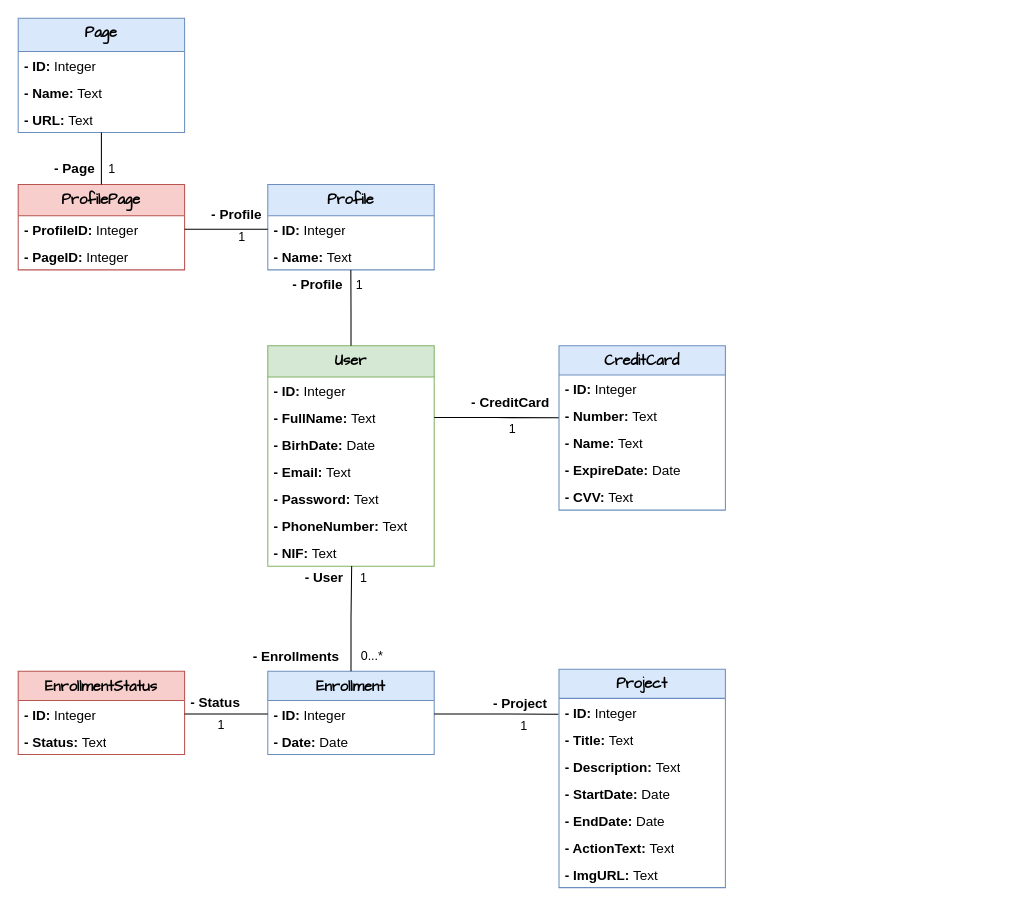
Earlier version of the draw.io diagram models/data-models.drawio (Joaquim-Claudio/CVP360). Source tidied: cells renumbered, new cells numbered last; positions are measured from the earlier drawing's top-left corner, leaving out a move shared by most shapes. Both pictures are drawn from the tidied source at 104%, with x=0, y=0 at pixel (18, 18).
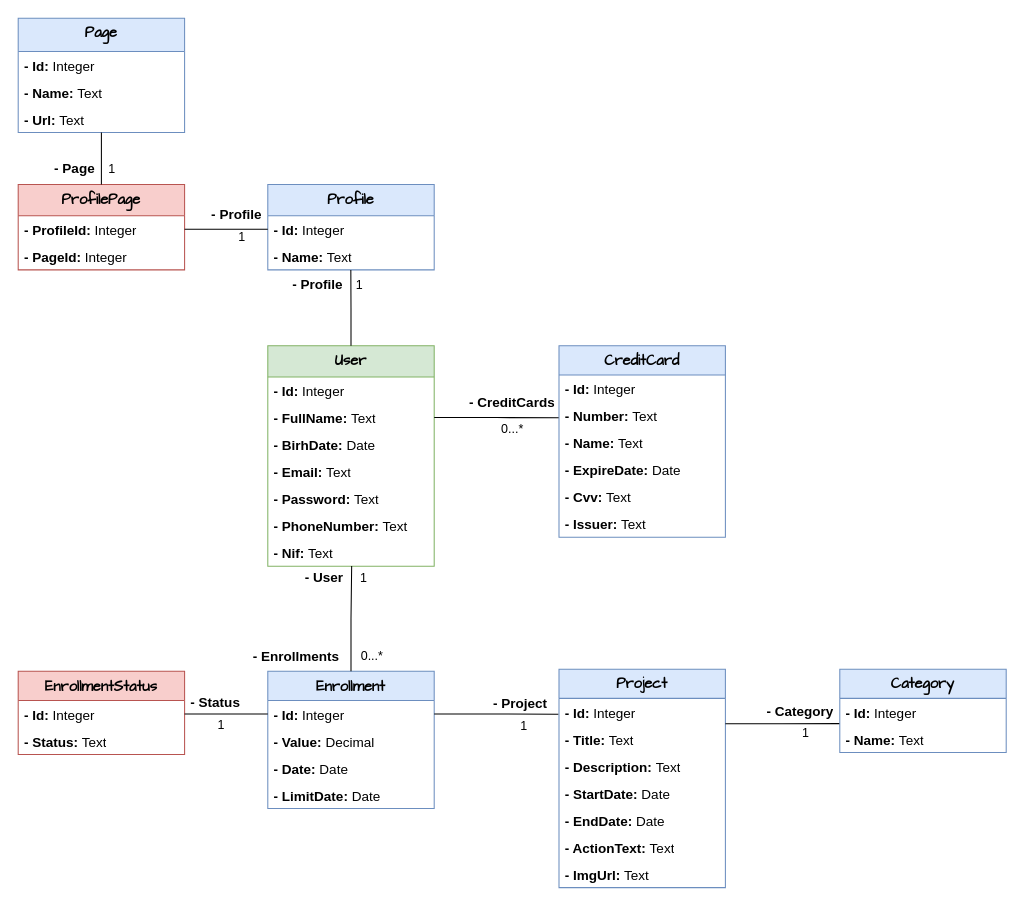
After the change.

The change refers to these unchanged cells:
```xml
<mxCell id="2" value="&lt;font style=&quot;font-size: 14px;&quot;&gt;User&lt;/font&gt;" style="swimlane;fontStyle=1;align=center;verticalAlign=top;horizontal=1;startSize=30;whiteSpace=wrap;html=1;fontFamily=Comic Sans MS;fontSize=13;fillColor=#d5e8d4;strokeColor=#82b366;" parent="1" vertex="1">
  <mxGeometry x="240" y="315" width="160" height="212" as="geometry" />
</mxCell>
<mxCell id="10" value="&lt;font style=&quot;font-size: 14px;&quot;&gt;Profile&lt;/font&gt;" style="swimlane;fontStyle=1;align=center;verticalAlign=top;horizontal=1;startSize=30;whiteSpace=wrap;html=1;fontFamily=Comic Sans MS;fontSize=13;fillColor=#dae8fc;strokeColor=#6c8ebf;" parent="1" vertex="1">
  <mxGeometry x="240" y="160" width="160" height="82" as="geometry" />
</mxCell>
<mxCell id="13" value="&lt;font style=&quot;font-size: 14px;&quot;&gt;Page&lt;/font&gt;" style="swimlane;fontStyle=1;align=center;verticalAlign=top;horizontal=1;startSize=32;whiteSpace=wrap;html=1;fontFamily=Comic Sans MS;fontSize=13;fillColor=#dae8fc;strokeColor=#6c8ebf;" parent="1" vertex="1">
  <mxGeometry width="160" height="110" as="geometry" />
</mxCell>
<mxCell id="17" value="&lt;font style=&quot;font-size: 14px;&quot;&gt;ProfilePage&lt;/font&gt;" style="swimlane;fontStyle=1;align=center;verticalAlign=top;horizontal=1;startSize=30;whiteSpace=wrap;html=1;fontFamily=Comic Sans MS;fontSize=13;fillColor=#f8cecc;strokeColor=#b85450;" parent="1" vertex="1">
  <mxGeometry y="160" width="160" height="82" as="geometry" />
</mxCell>
<mxCell id="26" value="&lt;font style=&quot;font-size: 14px;&quot;&gt;Project&lt;/font&gt;" style="swimlane;fontStyle=1;align=center;verticalAlign=top;horizontal=1;startSize=28;whiteSpace=wrap;html=1;fontFamily=Comic Sans MS;fontSize=13;fillColor=#dae8fc;strokeColor=#6c8ebf;" parent="1" vertex="1">
  <mxGeometry x="520" y="626" width="160" height="210" as="geometry" />
</mxCell>
<mxCell id="54" value="&lt;font style=&quot;font-size: 14px;&quot;&gt;EnrollmentStatus&lt;/font&gt;" style="swimlane;fontStyle=1;align=center;verticalAlign=top;horizontal=1;startSize=28;whiteSpace=wrap;html=1;fontFamily=Comic Sans MS;fontSize=13;fillColor=#f8cecc;strokeColor=#b85450;" parent="1" vertex="1">
  <mxGeometry y="628" width="160" height="80" as="geometry" />
</mxCell>
```

The edit, as a diff of the source:
```diff
@@
-    <mxCell id="3" value="&lt;b style=&quot;font-size: 13px;&quot;&gt;- ID:&lt;/b&gt;&amp;nbsp;Integer" style="text;strokeColor=none;fillColor=none;align=left;verticalAlign=top;spacingLeft=4;spacingRight=4;overflow=hidden;whiteSpace=wrap;html=1;fontSize=13;" parent="2" vertex="1">
+    <mxCell id="3" value="&lt;b style=&quot;font-size: 13px;&quot;&gt;- Id:&lt;/b&gt;&amp;nbsp;Integer" style="text;strokeColor=none;fillColor=none;align=left;verticalAlign=top;spacingLeft=4;spacingRight=4;overflow=hidden;whiteSpace=wrap;html=1;fontSize=13;" parent="2" vertex="1">
       <mxGeometry y="30" width="160" height="26" as="geometry" />
     </mxCell>
@@
-    <mxCell id="9" value="&lt;b style=&quot;font-size: 13px;&quot;&gt;- NIF:&lt;/b&gt;&amp;nbsp;Text" style="text;strokeColor=none;fillColor=none;align=left;verticalAlign=top;spacingLeft=4;spacingRight=4;overflow=hidden;points=[[0,0.5],[1,0.5]];portConstraint=eastwest;whiteSpace=wrap;html=1;fontSize=13;" parent="2" vertex="1">
+    <mxCell id="9" value="&lt;b style=&quot;font-size: 13px;&quot;&gt;- Nif:&lt;/b&gt;&amp;nbsp;Text" style="text;strokeColor=none;fillColor=none;align=left;verticalAlign=top;spacingLeft=4;spacingRight=4;overflow=hidden;points=[[0,0.5],[1,0.5]];portConstraint=eastwest;whiteSpace=wrap;html=1;fontSize=13;" parent="2" vertex="1">
       <mxGeometry y="186" width="160" height="26" as="geometry" />
     </mxCell>
@@
-    <mxCell id="11" value="&lt;b style=&quot;font-size: 13px;&quot;&gt;- ID:&lt;/b&gt;&amp;nbsp;Integer" style="text;strokeColor=none;fillColor=none;align=left;verticalAlign=top;spacingLeft=4;spacingRight=4;overflow=hidden;points=[[0,0.5],[1,0.5]];portConstraint=eastwest;whiteSpace=wrap;html=1;fontSize=13;" parent="10" vertex="1">
+    <mxCell id="11" value="&lt;b style=&quot;font-size: 13px;&quot;&gt;- Id:&lt;/b&gt;&amp;nbsp;Integer" style="text;strokeColor=none;fillColor=none;align=left;verticalAlign=top;spacingLeft=4;spacingRight=4;overflow=hidden;points=[[0,0.5],[1,0.5]];portConstraint=eastwest;whiteSpace=wrap;html=1;fontSize=13;" parent="10" vertex="1">
       <mxGeometry y="30" width="160" height="26" as="geometry" />
     </mxCell>
@@
-    <mxCell id="14" value="&lt;b style=&quot;font-size: 13px;&quot;&gt;- ID:&lt;/b&gt;&amp;nbsp;Integer" style="text;strokeColor=none;fillColor=none;align=left;verticalAlign=top;spacingLeft=4;spacingRight=4;overflow=hidden;whiteSpace=wrap;html=1;fontSize=13;" parent="13" vertex="1">
+    <mxCell id="14" value="&lt;b style=&quot;font-size: 13px;&quot;&gt;- Id:&lt;/b&gt;&amp;nbsp;Integer" style="text;strokeColor=none;fillColor=none;align=left;verticalAlign=top;spacingLeft=4;spacingRight=4;overflow=hidden;whiteSpace=wrap;html=1;fontSize=13;" parent="13" vertex="1">
       <mxGeometry y="32" width="160" height="26" as="geometry" />
     </mxCell>
@@
-    <mxCell id="16" value="&lt;b style=&quot;font-size: 13px;&quot;&gt;- URL:&lt;/b&gt;&amp;nbsp;Text" style="text;strokeColor=none;fillColor=none;align=left;verticalAlign=top;spacingLeft=4;spacingRight=4;overflow=hidden;points=[[0,0.5],[1,0.5]];portConstraint=eastwest;whiteSpace=wrap;html=1;fontSize=13;" parent="13" vertex="1">
+    <mxCell id="16" value="&lt;b style=&quot;font-size: 13px;&quot;&gt;- Url:&lt;/b&gt;&amp;nbsp;Text" style="text;strokeColor=none;fillColor=none;align=left;verticalAlign=top;spacingLeft=4;spacingRight=4;overflow=hidden;points=[[0,0.5],[1,0.5]];portConstraint=eastwest;whiteSpace=wrap;html=1;fontSize=13;" parent="13" vertex="1">
       <mxGeometry y="84" width="160" height="26" as="geometry" />
     </mxCell>
@@
-    <mxCell id="18" value="&lt;b style=&quot;font-size: 13px;&quot;&gt;- ProfileID:&lt;/b&gt;&amp;nbsp;Integer" style="text;strokeColor=none;fillColor=none;align=left;verticalAlign=top;spacingLeft=4;spacingRight=4;overflow=hidden;points=[[0,0.5],[1,0.5]];portConstraint=eastwest;whiteSpace=wrap;html=1;fontSize=13;" parent="17" vertex="1">
+    <mxCell id="18" value="&lt;b style=&quot;font-size: 13px;&quot;&gt;- ProfileId:&lt;/b&gt;&amp;nbsp;Integer" style="text;strokeColor=none;fillColor=none;align=left;verticalAlign=top;spacingLeft=4;spacingRight=4;overflow=hidden;points=[[0,0.5],[1,0.5]];portConstraint=eastwest;whiteSpace=wrap;html=1;fontSize=13;" parent="17" vertex="1">
       <mxGeometry y="30" width="160" height="26" as="geometry" />
     </mxCell>
-    <mxCell id="19" value="&lt;b style=&quot;font-size: 13px;&quot;&gt;- PageID:&lt;/b&gt;&amp;nbsp;Integer" style="text;strokeColor=none;fillColor=none;align=left;verticalAlign=top;spacingLeft=4;spacingRight=4;overflow=hidden;whiteSpace=wrap;html=1;fontSize=13;" parent="17" vertex="1">
+    <mxCell id="19" value="&lt;b style=&quot;font-size: 13px;&quot;&gt;- PageId:&lt;/b&gt;&amp;nbsp;Integer" style="text;strokeColor=none;fillColor=none;align=left;verticalAlign=top;spacingLeft=4;spacingRight=4;overflow=hidden;whiteSpace=wrap;html=1;fontSize=13;" parent="17" vertex="1">
       <mxGeometry y="56" width="160" height="26" as="geometry" />
     </mxCell>
     <mxCell id="20" value="&lt;font style=&quot;font-size: 14px;&quot;&gt;CreditCard&lt;/font&gt;" style="swimlane;fontStyle=1;align=center;verticalAlign=top;horizontal=1;startSize=28;whiteSpace=wrap;html=1;fontFamily=Comic Sans MS;fontSize=13;fillColor=#dae8fc;strokeColor=#6c8ebf;" parent="1" vertex="1">
-      <mxGeometry x="520" y="315" width="160" height="158" as="geometry" />
+      <mxGeometry x="520" y="315" width="160" height="184" as="geometry" />
     </mxCell>
-    <mxCell id="21" value="&lt;b style=&quot;font-size: 13px;&quot;&gt;- ID:&lt;/b&gt;&amp;nbsp;Integer" style="text;strokeColor=none;fillColor=none;align=left;verticalAlign=top;spacingLeft=4;spacingRight=4;overflow=hidden;whiteSpace=wrap;html=1;fontSize=13;" parent="20" vertex="1">
+    <mxCell id="21" value="&lt;b style=&quot;font-size: 13px;&quot;&gt;- Id:&lt;/b&gt;&amp;nbsp;Integer" style="text;strokeColor=none;fillColor=none;align=left;verticalAlign=top;spacingLeft=4;spacingRight=4;overflow=hidden;whiteSpace=wrap;html=1;fontSize=13;" parent="20" vertex="1">
       <mxGeometry y="28" width="160" height="26" as="geometry" />
     </mxCell>
@@
-    <mxCell id="25" value="&lt;b style=&quot;font-size: 13px;&quot;&gt;- CVV:&lt;/b&gt;&amp;nbsp;Text" style="text;strokeColor=none;fillColor=none;align=left;verticalAlign=top;spacingLeft=4;spacingRight=4;overflow=hidden;whiteSpace=wrap;html=1;fontSize=13;" parent="20" vertex="1">
+    <mxCell id="25" value="&lt;b style=&quot;font-size: 13px;&quot;&gt;- Cvv:&lt;/b&gt;&amp;nbsp;Text" style="text;strokeColor=none;fillColor=none;align=left;verticalAlign=top;spacingLeft=4;spacingRight=4;overflow=hidden;whiteSpace=wrap;html=1;fontSize=13;" parent="20" vertex="1">
       <mxGeometry y="132" width="160" height="26" as="geometry" />
     </mxCell>
+    <mxCell id="63" value="&lt;b style=&quot;font-size: 13px;&quot;&gt;- Issuer:&lt;/b&gt;&amp;nbsp;Text" style="text;strokeColor=none;fillColor=none;align=left;verticalAlign=top;spacingLeft=4;spacingRight=4;overflow=hidden;whiteSpace=wrap;html=1;fontSize=13;" parent="20" vertex="1">
+      <mxGeometry y="158" width="160" height="26" as="geometry" />
+    </mxCell>
@@
-    <mxCell id="27" value="&lt;b style=&quot;font-size: 13px;&quot;&gt;- ID:&lt;/b&gt;&amp;nbsp;Integer" style="text;strokeColor=none;fillColor=none;align=left;verticalAlign=top;spacingLeft=4;spacingRight=4;overflow=hidden;points=[[0,0.5],[1,0.5]];portConstraint=eastwest;whiteSpace=wrap;html=1;fontSize=13;" parent="26" vertex="1">
+    <mxCell id="27" value="&lt;b style=&quot;font-size: 13px;&quot;&gt;- Id:&lt;/b&gt;&amp;nbsp;Integer" style="text;strokeColor=none;fillColor=none;align=left;verticalAlign=top;spacingLeft=4;spacingRight=4;overflow=hidden;points=[[0,0.5],[1,0.5]];portConstraint=eastwest;whiteSpace=wrap;html=1;fontSize=13;" parent="26" vertex="1">
       <mxGeometry y="28" width="160" height="26" as="geometry" />
     </mxCell>
@@
-    <mxCell id="33" value="&lt;b style=&quot;font-size: 13px;&quot;&gt;- ImgURL:&lt;/b&gt;&amp;nbsp;Text" style="text;strokeColor=none;fillColor=none;align=left;verticalAlign=top;spacingLeft=4;spacingRight=4;overflow=hidden;whiteSpace=wrap;html=1;fontSize=13;" parent="26" vertex="1">
+    <mxCell id="33" value="&lt;b style=&quot;font-size: 13px;&quot;&gt;- ImgUrl:&lt;/b&gt;&amp;nbsp;Text" style="text;strokeColor=none;fillColor=none;align=left;verticalAlign=top;spacingLeft=4;spacingRight=4;overflow=hidden;whiteSpace=wrap;html=1;fontSize=13;" parent="26" vertex="1">
       <mxGeometry y="184" width="160" height="26" as="geometry" />
     </mxCell>
     <mxCell id="34" value="&lt;font style=&quot;font-size: 14px;&quot;&gt;Enrollment&lt;/font&gt;" style="swimlane;fontStyle=1;align=center;verticalAlign=top;horizontal=1;startSize=28;whiteSpace=wrap;html=1;fontFamily=Comic Sans MS;fontSize=13;fillColor=#dae8fc;strokeColor=#6c8ebf;" parent="1" vertex="1">
-      <mxGeometry x="240" y="628" width="160" height="80" as="geometry" />
+      <mxGeometry x="240" y="628" width="160" height="132" as="geometry" />
     </mxCell>
-    <mxCell id="35" value="&lt;b style=&quot;font-size: 13px;&quot;&gt;- ID:&lt;/b&gt;&amp;nbsp;Integer" style="text;strokeColor=none;fillColor=none;align=left;verticalAlign=top;spacingLeft=4;spacingRight=4;overflow=hidden;points=[[0,0.5],[1,0.5]];portConstraint=eastwest;whiteSpace=wrap;html=1;fontSize=13;" parent="34" vertex="1">
+    <mxCell id="35" value="&lt;b style=&quot;font-size: 13px;&quot;&gt;- Id:&lt;/b&gt;&amp;nbsp;Integer" style="text;strokeColor=none;fillColor=none;align=left;verticalAlign=top;spacingLeft=4;spacingRight=4;overflow=hidden;points=[[0,0.5],[1,0.5]];portConstraint=eastwest;whiteSpace=wrap;html=1;fontSize=13;" parent="34" vertex="1">
       <mxGeometry y="28" width="160" height="26" as="geometry" />
     </mxCell>
+    <mxCell id="64" value="&lt;b style=&quot;font-size: 13px;&quot;&gt;- Value:&lt;/b&gt;&amp;nbsp;Decimal" style="text;strokeColor=none;fillColor=none;align=left;verticalAlign=top;spacingLeft=4;spacingRight=4;overflow=hidden;whiteSpace=wrap;html=1;fontSize=13;" parent="34" vertex="1">
+      <mxGeometry y="54" width="160" height="26" as="geometry" />
+    </mxCell>
     <mxCell id="36" value="&lt;b style=&quot;font-size: 13px;&quot;&gt;- Date:&lt;/b&gt;&amp;nbsp;Date" style="text;strokeColor=none;fillColor=none;align=left;verticalAlign=top;spacingLeft=4;spacingRight=4;overflow=hidden;whiteSpace=wrap;html=1;fontSize=13;" parent="34" vertex="1">
-      <mxGeometry y="54" width="160" height="26" as="geometry" />
+      <mxGeometry y="80" width="160" height="26" as="geometry" />
     </mxCell>
+    <mxCell id="65" value="&lt;b style=&quot;font-size: 13px;&quot;&gt;- LimitDate:&lt;/b&gt;&amp;nbsp;Date" style="text;strokeColor=none;fillColor=none;align=left;verticalAlign=top;spacingLeft=4;spacingRight=4;overflow=hidden;whiteSpace=wrap;html=1;fontSize=13;" parent="34" vertex="1">
+      <mxGeometry y="106" width="160" height="26" as="geometry" />
+    </mxCell>
@@
-    <mxCell id="47" value="- CreditCard" style="text;strokeColor=none;fillColor=none;align=left;verticalAlign=top;spacingLeft=4;spacingRight=4;overflow=hidden;whiteSpace=wrap;html=1;fontSize=13;fontStyle=1;" parent="1" vertex="1">
-      <mxGeometry x="430" y="355" width="90" height="26" as="geometry" />
+    <mxCell id="47" value="- CreditCards" style="text;strokeColor=none;fillColor=none;align=left;verticalAlign=top;spacingLeft=4;spacingRight=4;overflow=hidden;whiteSpace=wrap;html=1;fontSize=13;fontStyle=1;" parent="1" vertex="1">
+      <mxGeometry x="428" y="355" width="100" height="26" as="geometry" />
     </mxCell>
-    <mxCell id="48" value="1" style="text;align=center;fontStyle=0;verticalAlign=middle;spacingLeft=3;spacingRight=3;strokeColor=none;html=1;" parent="1" vertex="1">
+    <mxCell id="48" value="0...*" style="text;align=center;fontStyle=0;verticalAlign=middle;spacingLeft=3;spacingRight=3;strokeColor=none;html=1;" parent="1" vertex="1">
       <mxGeometry x="465" y="385" width="20" height="20" as="geometry" />
     </mxCell>
@@
-    <mxCell id="55" value="&lt;b style=&quot;font-size: 13px;&quot;&gt;- ID:&lt;/b&gt;&amp;nbsp;Integer" style="text;strokeColor=none;fillColor=none;align=left;verticalAlign=top;spacingLeft=4;spacingRight=4;overflow=hidden;points=[[0,0.5],[1,0.5]];portConstraint=eastwest;whiteSpace=wrap;html=1;fontSize=13;" parent="54" vertex="1">
+    <mxCell id="55" value="&lt;b style=&quot;font-size: 13px;&quot;&gt;- Id:&lt;/b&gt;&amp;nbsp;Integer" style="text;strokeColor=none;fillColor=none;align=left;verticalAlign=top;spacingLeft=4;spacingRight=4;overflow=hidden;points=[[0,0.5],[1,0.5]];portConstraint=eastwest;whiteSpace=wrap;html=1;fontSize=13;" parent="54" vertex="1">
       <mxGeometry y="28" width="160" height="26" as="geometry" />
     </mxCell>
@@
+    <mxCell id="66" value="&lt;font style=&quot;font-size: 14px;&quot;&gt;Category&lt;/font&gt;" style="swimlane;fontStyle=1;align=center;verticalAlign=top;horizontal=1;startSize=28;whiteSpace=wrap;html=1;fontFamily=Comic Sans MS;fontSize=13;fillColor=#dae8fc;strokeColor=#6c8ebf;" parent="1" vertex="1">
+      <mxGeometry x="790" y="626" width="160" height="80" as="geometry" />
+    </mxCell>
+    <mxCell id="67" value="&lt;b style=&quot;font-size: 13px;&quot;&gt;- Id:&lt;/b&gt;&amp;nbsp;Integer" style="text;strokeColor=none;fillColor=none;align=left;verticalAlign=top;spacingLeft=4;spacingRight=4;overflow=hidden;points=[[0,0.5],[1,0.5]];portConstraint=eastwest;whiteSpace=wrap;html=1;fontSize=13;" parent="66" vertex="1">
+      <mxGeometry y="28" width="160" height="26" as="geometry" />
+    </mxCell>
+    <mxCell id="68" value="&lt;b style=&quot;font-size: 13px;&quot;&gt;- Name:&lt;/b&gt;&amp;nbsp;Text" style="text;strokeColor=none;fillColor=none;align=left;verticalAlign=top;spacingLeft=4;spacingRight=4;overflow=hidden;whiteSpace=wrap;html=1;fontSize=13;" parent="66" vertex="1">
+      <mxGeometry y="54" width="160" height="26" as="geometry" />
+    </mxCell>
+    <mxCell id="69" value="&lt;b style=&quot;font-size: 13px;&quot;&gt;- Category&lt;/b&gt;" style="text;strokeColor=none;fillColor=none;align=left;verticalAlign=top;spacingLeft=4;spacingRight=4;overflow=hidden;whiteSpace=wrap;html=1;fontSize=13;" parent="1" vertex="1">
+      <mxGeometry x="714" y="652" width="80" height="26" as="geometry" />
+    </mxCell>
+    <mxCell id="70" style="edgeStyle=orthogonalEdgeStyle;rounded=0;jettySize=auto;html=1;exitX=1;exitY=0.25;exitDx=0;exitDy=0;entryX=-0.003;entryY=0.934;entryDx=0;entryDy=0;entryPerimeter=0;endArrow=none;endFill=0;" parent="1" edge="1" source="26" target="67">
+      <mxGeometry relative="1" as="geometry" />
+    </mxCell>
+    <mxCell id="71" value="1" style="text;align=center;fontStyle=0;verticalAlign=middle;spacingLeft=3;spacingRight=3;strokeColor=none;html=1;" parent="1" vertex="1">
+      <mxGeometry x="747" y="678" width="20" height="20" as="geometry" />
+    </mxCell>
```
